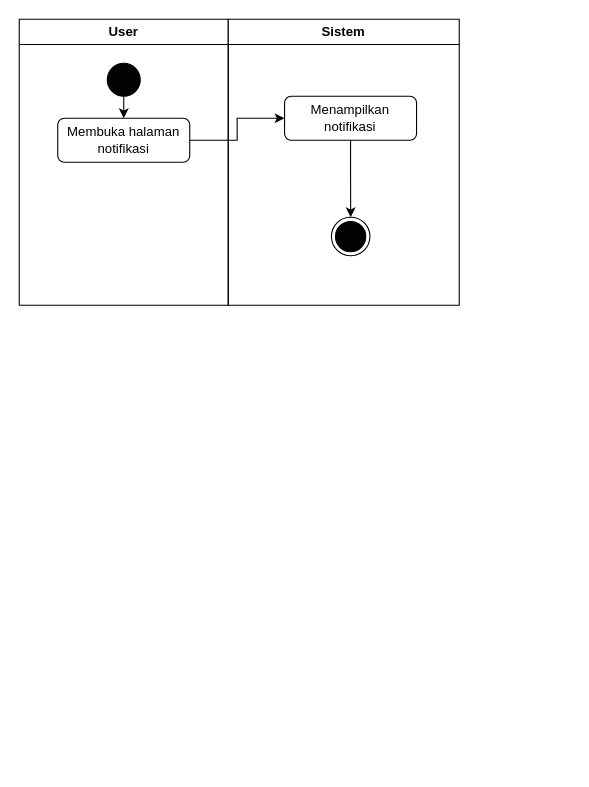
rizalpahlevii/activity-diagram keeps this draw.io diagram as User order.drawio. Above is the earlier version. Source tidied: cells renumbered, new cells numbered last; positions are measured from the earlier drawing's top-left corner, leaving out a move shared by most shapes. Both pictures are drawn from the tidied source at 110%, with x=0, y=0 at pixel (19, 19).
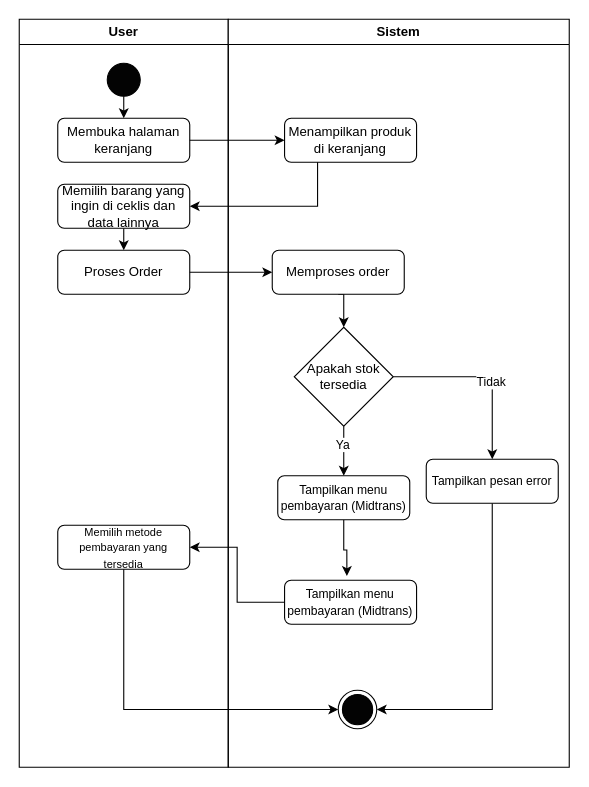
Above is the later version.

Change to the diagram source:
```diff
@@
-<mxGraphModel>
+<mxGraphModel background="#ffffff">
@@
     <mxCell id="2" value="User" style="swimlane;whiteSpace=wrap;html=1;" parent="1" vertex="1">
-      <mxGeometry width="190" height="260" as="geometry" />
+      <mxGeometry width="190" height="680" as="geometry" />
     </mxCell>
@@
-    <mxCell id="5" value="Membuka halaman notifikasi" style="rounded=1;whiteSpace=wrap;html=1;" parent="2" vertex="1">
+    <mxCell id="5" value="Membuka halaman keranjang" style="rounded=1;whiteSpace=wrap;html=1;" parent="2" vertex="1">
       <mxGeometry x="35" y="90" width="120" height="40" as="geometry" />
     </mxCell>
+    <mxCell id="13" style="edgeStyle=orthogonalEdgeStyle;rounded=0;jettySize=auto;html=1;exitX=0.5;exitY=1;exitDx=0;exitDy=0;entryX=0.5;entryY=0;entryDx=0;entryDy=0;" parent="2" edge="1" source="14" target="15">
+      <mxGeometry relative="1" as="geometry" />
+    </mxCell>
+    <mxCell id="14" value="Memilih barang yang ingin di ceklis dan data lainnya" style="rounded=1;whiteSpace=wrap;html=1;" parent="2" vertex="1">
+      <mxGeometry x="35" y="150" width="120" height="40" as="geometry" />
+    </mxCell>
+    <mxCell id="15" value="Proses Order" style="rounded=1;whiteSpace=wrap;html=1;" parent="2" vertex="1">
+      <mxGeometry x="35" y="210" width="120" height="40" as="geometry" />
+    </mxCell>
+    <mxCell id="16" value="&lt;font style=&quot;font-size: 10px;&quot;&gt;Memilih metode pembayaran yang tersedia&lt;/font&gt;" style="rounded=1;whiteSpace=wrap;html=1;" parent="2" vertex="1">
+      <mxGeometry x="35" y="460" width="120" height="40" as="geometry" />
+    </mxCell>
     <mxCell id="6" value="Sistem" style="swimlane;whiteSpace=wrap;html=1;" parent="1" vertex="1">
-      <mxGeometry x="190" width="210" height="260" as="geometry" />
+      <mxGeometry x="190" width="310" height="680" as="geometry" />
     </mxCell>
-    <mxCell id="7" value="Menampilkan notifikasi" style="rounded=1;whiteSpace=wrap;html=1;" parent="6" vertex="1">
-      <mxGeometry x="51.2" y="70" width="120" height="40" as="geometry" />
+    <mxCell id="7" value="Menampilkan produk di keranjang" style="rounded=1;whiteSpace=wrap;html=1;" parent="6" vertex="1">
+      <mxGeometry x="51.2" y="90" width="120" height="40" as="geometry" />
     </mxCell>
@@
-    <mxCell id="9" style="edgeStyle=orthogonalEdgeStyle;rounded=0;jettySize=auto;html=1;" parent="6" edge="1" source="7" target="10">
-      <mxGeometry relative="1" as="geometry" />
-    </mxCell>
+    <mxCell id="17" style="group;" parent="6" vertex="1">
+      <mxGeometry x="100" y="610" width="35" height="35" as="geometry" />
+    </mxCell>
-    <mxCell id="10" style="ellipse;whiteSpace=wrap;html=1;gradientColor=none;strokeColor=default;strokeWidth=1;" parent="6" vertex="1">
-      <mxGeometry x="93.8" y="180" width="35" height="35" as="geometry" />
+    <mxCell id="10" style="ellipse;whiteSpace=wrap;html=1;gradientColor=none;strokeColor=default;strokeWidth=1;" parent="17" vertex="1">
+      <mxGeometry width="35" height="35" as="geometry" />
     </mxCell>
-    <mxCell id="11" style="ellipse;whiteSpace=wrap;html=1;fillColor=#030303;" parent="6" vertex="1">
-      <mxGeometry x="97.5" y="183.8" width="27.5" height="27.5" as="geometry" />
+    <mxCell id="11" style="ellipse;whiteSpace=wrap;html=1;fillColor=#030303;" parent="17" vertex="1">
+      <mxGeometry x="3.8" y="3.8" width="27.5" height="27.5" as="geometry" />
     </mxCell>
+    <mxCell id="18" style="edgeStyle=orthogonalEdgeStyle;rounded=0;jettySize=auto;html=1;exitX=0.5;exitY=1;exitDx=0;exitDy=0;entryX=0.5;entryY=0;entryDx=0;entryDy=0;" parent="6" edge="1" source="19" target="24">
+      <mxGeometry relative="1" as="geometry" />
+    </mxCell>
+    <mxCell id="19" value="Memproses order" style="rounded=1;whiteSpace=wrap;html=1;" parent="6" vertex="1">
+      <mxGeometry x="40" y="210" width="120" height="40" as="geometry" />
+    </mxCell>
+    <mxCell id="20" style="edgeStyle=orthogonalEdgeStyle;rounded=0;jettySize=auto;html=1;exitX=1;exitY=0.5;exitDx=0;exitDy=0;" parent="6" edge="1" source="24" target="28">
+      <mxGeometry relative="1" as="geometry" />
+    </mxCell>
+    <mxCell id="21" value="Tidak" style="edgeLabel;html=1;align=center;verticalAlign=middle;" parent="20" vertex="1">
+      <mxGeometry x="0.14" y="-2" relative="1" as="geometry" />
+    </mxCell>
+    <mxCell id="22" style="edgeStyle=orthogonalEdgeStyle;rounded=0;jettySize=auto;html=1;exitX=0.5;exitY=1;exitDx=0;exitDy=0;entryX=0.5;entryY=0;entryDx=0;entryDy=0;" parent="6" edge="1" source="24" target="29">
+      <mxGeometry relative="1" as="geometry" />
+    </mxCell>
+    <mxCell id="23" value="Ya" style="edgeLabel;html=1;align=center;verticalAlign=middle;" parent="22" vertex="1">
+      <mxGeometry x="-0.3" y="-2" relative="1" as="geometry" />
+    </mxCell>
+    <mxCell id="24" value="Apakah stok tersedia" style="rhombus;whiteSpace=wrap;html=1;" parent="6" vertex="1">
+      <mxGeometry x="60" y="280" width="90" height="90" as="geometry" />
+    </mxCell>
+    <mxCell id="25" value="&lt;font style=&quot;font-size: 11px;&quot;&gt;Tampilkan menu pembayaran (Midtrans)&lt;/font&gt;" style="rounded=1;whiteSpace=wrap;html=1;" parent="6" vertex="1">
+      <mxGeometry x="51.2" y="510" width="120" height="40" as="geometry" />
+    </mxCell>
+    <mxCell id="26" style="edgeStyle=orthogonalEdgeStyle;rounded=0;jettySize=auto;html=1;exitX=0.5;exitY=1;exitDx=0;exitDy=0;entryX=0.472;entryY=-0.098;entryDx=0;entryDy=0;entryPerimeter=0;" parent="6" edge="1" source="29" target="25">
+      <mxGeometry relative="1" as="geometry" />
+    </mxCell>
+    <mxCell id="27" style="edgeStyle=orthogonalEdgeStyle;rounded=0;jettySize=auto;html=1;exitX=0.5;exitY=1;exitDx=0;exitDy=0;entryX=1;entryY=0.5;entryDx=0;entryDy=0;" parent="6" edge="1" source="28" target="10">
+      <mxGeometry relative="1" as="geometry" />
+    </mxCell>
+    <mxCell id="28" value="&lt;font style=&quot;font-size: 11px;&quot;&gt;Tampilkan pesan error&lt;/font&gt;" style="rounded=1;whiteSpace=wrap;html=1;" parent="6" vertex="1">
+      <mxGeometry x="180" y="400" width="120" height="40" as="geometry" />
+    </mxCell>
+    <mxCell id="29" value="&lt;font style=&quot;font-size: 11px;&quot;&gt;Tampilkan menu pembayaran (Midtrans)&lt;/font&gt;" style="rounded=1;whiteSpace=wrap;html=1;" parent="6" vertex="1">
+      <mxGeometry x="45" y="415" width="120" height="40" as="geometry" />
+    </mxCell>
@@
+    <mxCell id="30" style="edgeStyle=orthogonalEdgeStyle;rounded=0;jettySize=auto;html=1;entryX=1;entryY=0.5;entryDx=0;entryDy=0;exitX=0.25;exitY=1;exitDx=0;exitDy=0;" parent="1" edge="1" source="7" target="14">
+      <mxGeometry relative="1" as="geometry" />
+    </mxCell>
+    <mxCell id="31" style="edgeStyle=orthogonalEdgeStyle;rounded=0;jettySize=auto;html=1;exitX=1;exitY=0.5;exitDx=0;exitDy=0;entryX=0;entryY=0.5;entryDx=0;entryDy=0;" parent="1" edge="1" source="15" target="19">
+      <mxGeometry relative="1" as="geometry" />
+    </mxCell>
+    <mxCell id="32" style="edgeStyle=orthogonalEdgeStyle;rounded=0;jettySize=auto;html=1;exitX=0;exitY=0.5;exitDx=0;exitDy=0;entryX=1;entryY=0.5;entryDx=0;entryDy=0;" parent="1" edge="1" source="25" target="16">
+      <mxGeometry relative="1" as="geometry" />
+    </mxCell>
+    <mxCell id="33" style="edgeStyle=orthogonalEdgeStyle;rounded=0;jettySize=auto;html=1;exitX=0.5;exitY=1;exitDx=0;exitDy=0;entryX=0;entryY=0.5;entryDx=0;entryDy=0;" parent="1" edge="1" source="16" target="10">
+      <mxGeometry relative="1" as="geometry" />
+    </mxCell>
```
